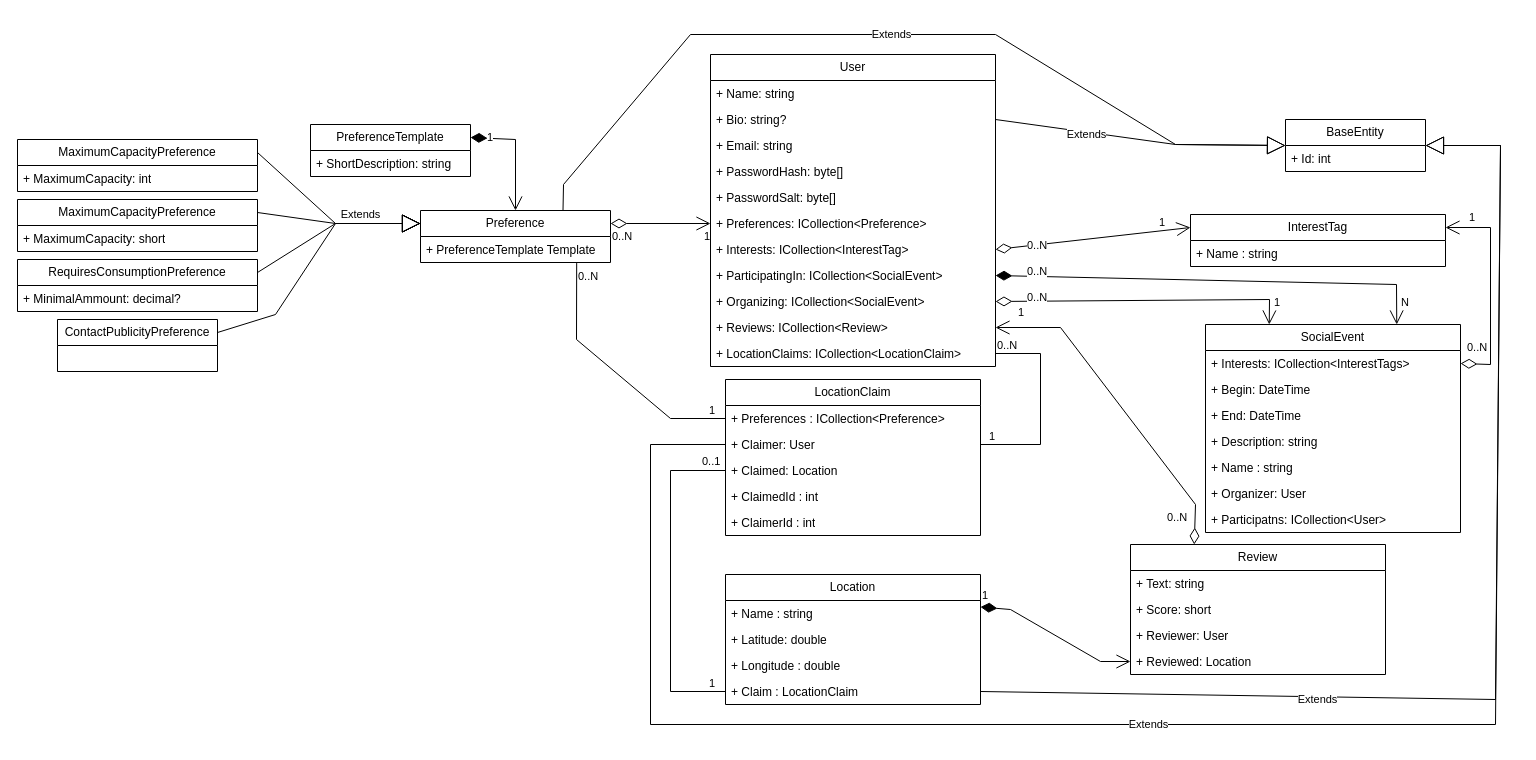
Above: docs/05/Diagrama_Classe.drawio in ICEI-PUC-Minas-PMV-ADS/pmv-ads-2023-1-e2-proj-int-t8-e2-grp1-langsocials (draw.io), before the change. Source tidied: cells renumbered, new cells numbered last; positions are measured from the earlier drawing's top-left corner, leaving out a move shared by most shapes. Both pictures are drawn from the tidied source at 100%, with x=0, y=0 at pixel (17, 34).
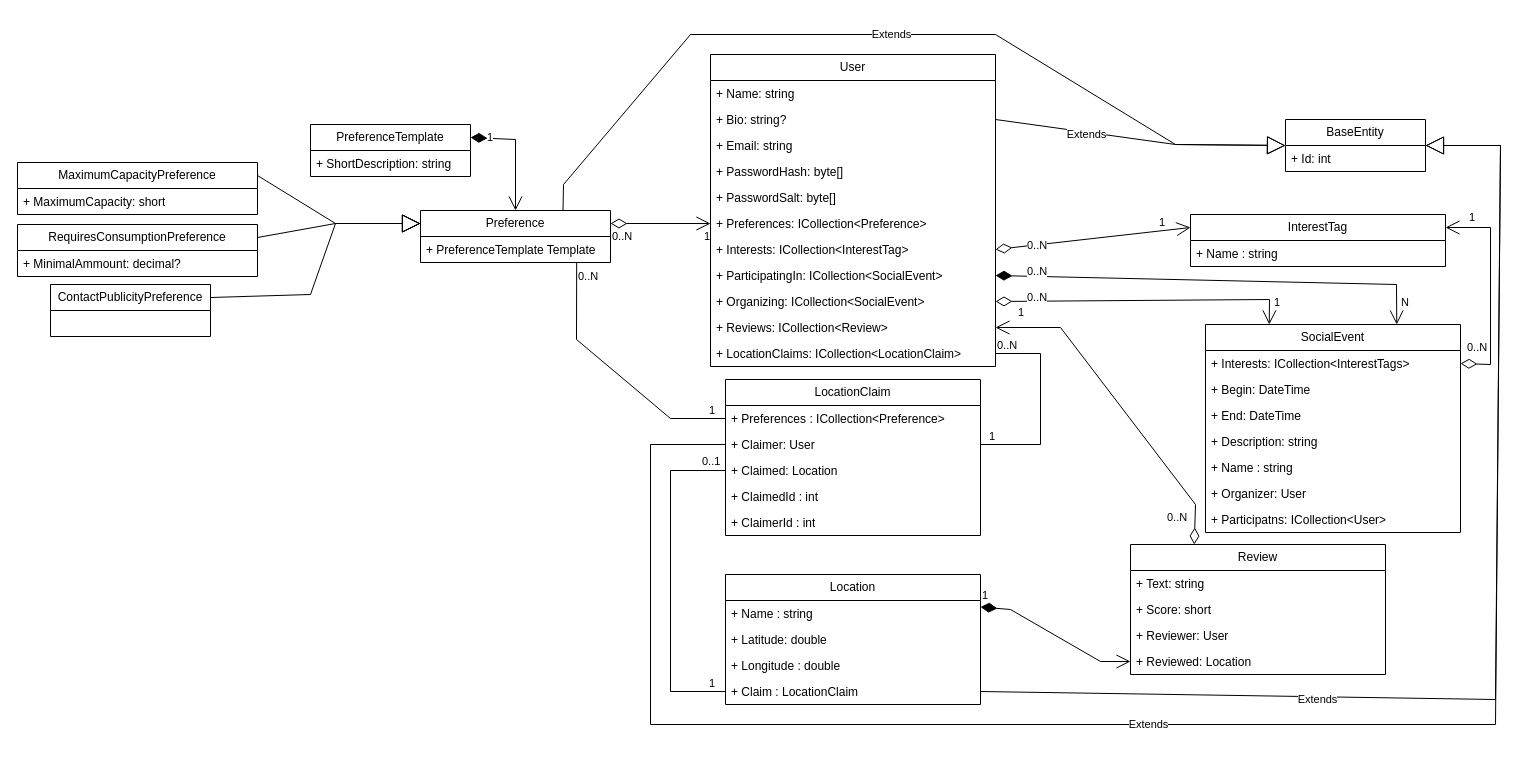
After the change.

Commit message (it also covers changes not shown here):
doc : removendo classe duplicada

Unchanged cells that the change refers to:
```xml
<mxCell id="31" value="Preference" style="swimlane;fontStyle=0;horizontal=1;startSize=26;fillColor=none;whiteSpace=wrap;html=1;" parent="1" vertex="1">
  <mxGeometry x="403" y="176" width="190" height="52" as="geometry" />
</mxCell>
```

Change to the diagram source:
```diff
@@
     <mxCell id="22" value="ContactPublicityPreference" style="swimlane;fontStyle=0;horizontal=1;startSize=26;fillColor=none;whiteSpace=wrap;html=1;" parent="1" vertex="1">
-      <mxGeometry x="40" y="285" width="160" height="52" as="geometry" />
+      <mxGeometry x="33" y="250" width="160" height="52" as="geometry" />
     </mxCell>
     <mxCell id="23" value="RequiresConsumptionPreference" style="swimlane;fontStyle=0;horizontal=1;startSize=26;fillColor=none;whiteSpace=wrap;html=1;" parent="1" vertex="1">
-      <mxGeometry y="225" width="240" height="52" as="geometry" />
+      <mxGeometry y="190" width="240" height="52" as="geometry" />
     </mxCell>
@@
-    <mxCell id="25" value="MaximumCapacityPreference" style="swimlane;fontStyle=0;horizontal=1;startSize=26;fillColor=none;whiteSpace=wrap;html=1;" parent="1" vertex="1">
-      <mxGeometry y="105" width="240" height="52" as="geometry" />
-    </mxCell>
-    <mxCell id="26" value="+&amp;nbsp;MaximumCapacity: int" style="text;strokeColor=none;fillColor=none;align=left;verticalAlign=top;spacingLeft=4;spacingRight=4;overflow=hidden;whiteSpace=wrap;html=1;" parent="25" vertex="1">
-      <mxGeometry y="26" width="240" height="26" as="geometry" />
-    </mxCell>
     <mxCell id="27" value="MaximumCapacityPreference" style="swimlane;fontStyle=0;horizontal=1;startSize=26;fillColor=none;whiteSpace=wrap;html=1;" parent="1" vertex="1">
-      <mxGeometry y="165" width="240" height="52" as="geometry" />
+      <mxGeometry y="128" width="240" height="52" as="geometry" />
     </mxCell>
@@
-    <mxCell id="43" value="Extends" style="endArrow=block;endSize=16;endFill=0;html=1;rounded=0;exitX=1;exitY=0.25;exitDx=0;exitDy=0;entryX=0;entryY=0.25;entryDx=0;entryDy=0;" parent="1" edge="1" source="25" target="31">
-      <mxGeometry x="0.37" y="9" relative="1" as="geometry">
-        <Array as="points">
-          <mxPoint x="318" y="189" />
-        </Array>
-      </mxGeometry>
-    </mxCell>
@@
     <mxCell id="46" style="endArrow=block;endSize=16;endFill=0;html=1;rounded=0;entryX=0;entryY=0.25;entryDx=0;entryDy=0;exitX=1;exitY=0.25;exitDx=0;exitDy=0;" parent="1" edge="1" source="22" target="31">
       <mxGeometry x="0.4" y="18" relative="1" as="geometry">
         <Array as="points">
-          <mxPoint x="258" y="280" />
+          <mxPoint x="293" y="260" />
           <mxPoint x="318" y="189" />
         </Array>
         <mxPoint y="1" as="offset" />
       </mxGeometry>
     </mxCell>
```
